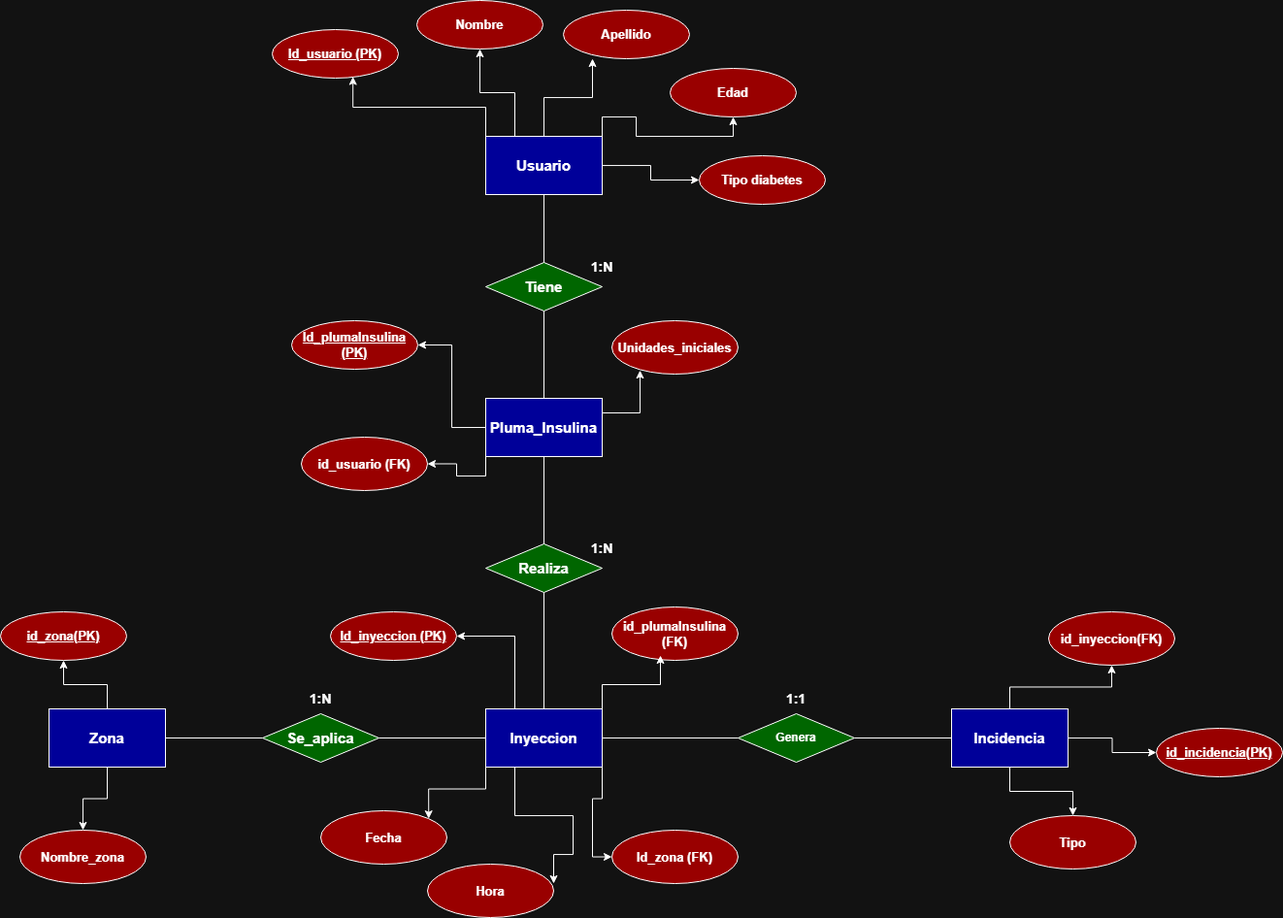
Eloy-i/MyInsuApp keeps this draw.io diagram as diagrams/MyInsuApp_DiagramaER.drawio.png. Above is the earlier version. Source tidied: cells renumbered, new cells last; positions are measured from the earlier drawing's top-left corner, leaving out a move shared by most shapes.
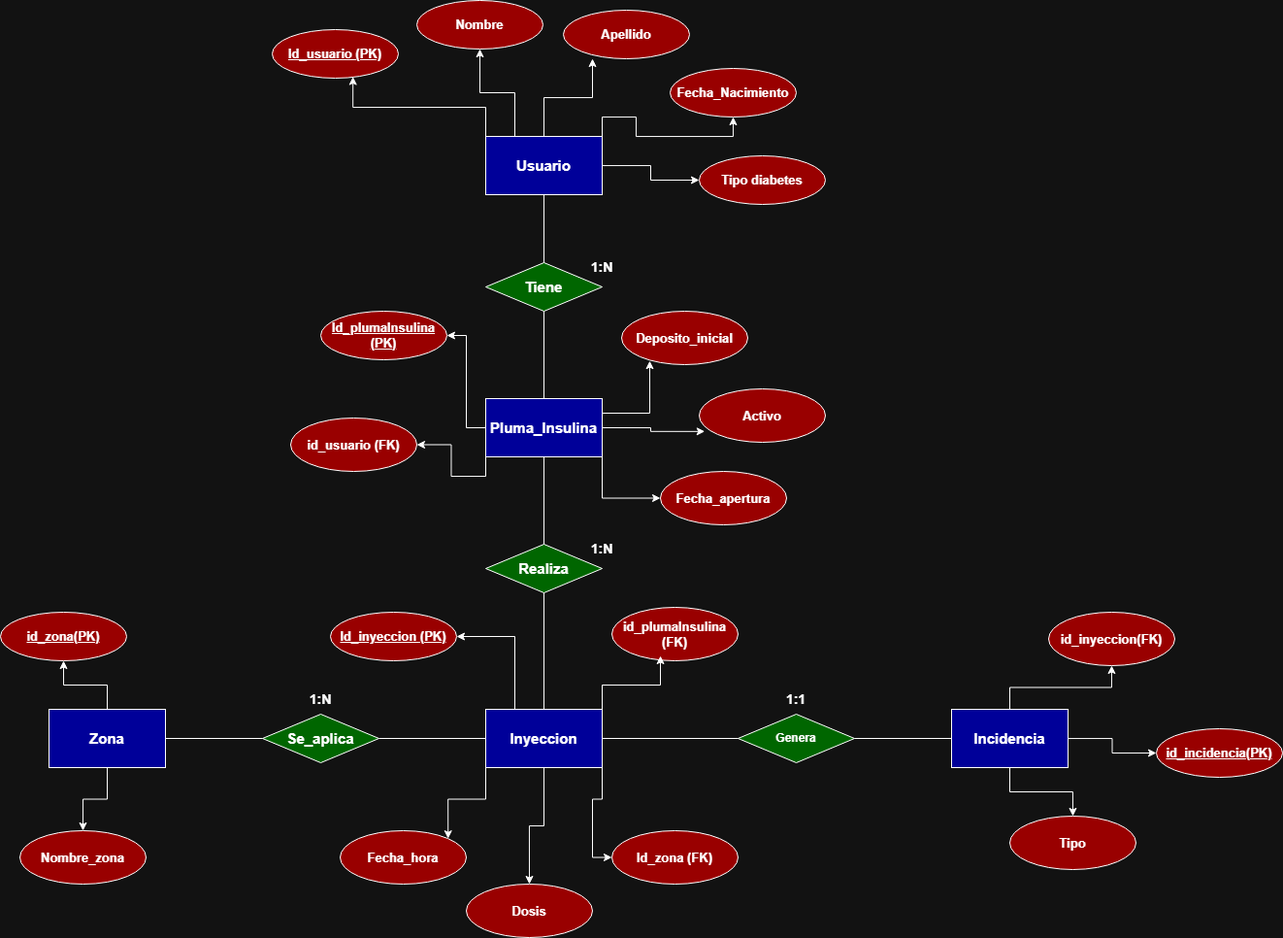
The same diagram one commit later.

Commit message:
Diagramas ER y Relacional: Corregidas erratas.

Change to the diagram source:
```diff
@@ -23,6 +23,9 @@
     <mxCell id="8" style="edgeStyle=orthogonalEdgeStyle;rounded=0;jettySize=auto;html=1;exitX=0;exitY=1;exitDx=0;exitDy=0;entryX=1;entryY=0;entryDx=0;entryDy=0;" parent="1" edge="1" source="9" target="46">
       <mxGeometry relative="1" as="geometry" />
     </mxCell>
+    <mxCell id="59" style="edgeStyle=orthogonalEdgeStyle;rounded=0;jettySize=auto;html=1;exitX=0.5;exitY=1;exitDx=0;exitDy=0;entryX=0.5;entryY=0;entryDx=0;entryDy=0;" parent="1" edge="1" source="9" target="62">
+      <mxGeometry relative="1" as="geometry" />
+    </mxCell>
     <mxCell id="9" value="&lt;b&gt;&lt;font style=&quot;font-size: 15px;&quot;&gt;Inyeccion&lt;/font&gt;&lt;/b&gt;" style="rounded=0;whiteSpace=wrap;html=1;fillColor=light-dark(#FFFFFF,#000099);" parent="1" vertex="1">
       <mxGeometry x="500" y="730" width="120" height="60" as="geometry" />
     </mxCell>
@@ -38,6 +41,9 @@
     <mxCell id="13" style="edgeStyle=orthogonalEdgeStyle;rounded=0;jettySize=auto;html=1;exitX=0;exitY=1;exitDx=0;exitDy=0;entryX=1;entryY=0.5;entryDx=0;entryDy=0;" parent="1" edge="1" source="14" target="57">
       <mxGeometry relative="1" as="geometry" />
     </mxCell>
+    <mxCell id="60" style="edgeStyle=orthogonalEdgeStyle;rounded=0;jettySize=auto;html=1;exitX=1;exitY=1;exitDx=0;exitDy=0;entryX=0;entryY=0.5;entryDx=0;entryDy=0;" parent="1" edge="1" source="14" target="61">
+      <mxGeometry relative="1" as="geometry" />
+    </mxCell>
     <mxCell id="14" value="&lt;b&gt;&lt;font style=&quot;font-size: 15px;&quot;&gt;Pluma_Insulina&lt;/font&gt;&lt;/b&gt;" style="rounded=0;whiteSpace=wrap;html=1;fillColor=light-dark(#FFFFFF,#000099);" parent="1" vertex="1">
       <mxGeometry x="500" y="410" width="120" height="60" as="geometry" />
     </mxCell>
@@ -104,7 +110,7 @@
     <mxCell id="35" value="Apellido" style="ellipse;whiteSpace=wrap;html=1;fontStyle=1;fontSize=13;fillColor=light-dark(#FFFFFF,#990000);" parent="1" vertex="1">
       <mxGeometry x="580" y="10" width="130" height="50" as="geometry" />
     </mxCell>
-    <mxCell id="36" value="Edad" style="ellipse;whiteSpace=wrap;html=1;fontStyle=1;fontSize=13;fillColor=light-dark(#FFFFFF,#990000);" parent="1" vertex="1">
+    <mxCell id="36" value="Fecha_Nacimiento" style="ellipse;whiteSpace=wrap;html=1;fontStyle=1;fontSize=13;fillColor=light-dark(#FFFFFF,#990000);" parent="1" vertex="1">
       <mxGeometry x="690" y="70" width="130" height="50" as="geometry" />
     </mxCell>
     <mxCell id="37" style="edgeStyle=orthogonalEdgeStyle;rounded=0;jettySize=auto;html=1;exitX=0.5;exitY=0;exitDx=0;exitDy=0;entryX=0.231;entryY=1;entryDx=0;entryDy=0;entryPerimeter=0;" parent="1" edge="1" source="5" target="35">
@@ -123,10 +129,10 @@
       <mxGeometry relative="1" as="geometry" />
     </mxCell>
     <mxCell id="42" value="&lt;u&gt;Id_plumaInsulina&lt;/u&gt;&lt;div&gt;&lt;u&gt;(PK)&lt;/u&gt;&lt;/div&gt;" style="ellipse;whiteSpace=wrap;html=1;fontStyle=1;fontSize=13;fillColor=light-dark(#FFFFFF,#990000);" parent="1" vertex="1">
-      <mxGeometry x="300" y="330" width="130" height="50" as="geometry" />
+      <mxGeometry x="330" y="320" width="130" height="50" as="geometry" />
     </mxCell>
-    <mxCell id="43" value="Unidades_iniciales" style="ellipse;whiteSpace=wrap;html=1;fontStyle=1;fontSize=13;fillColor=light-dark(#FFFFFF,#990000);" parent="1" vertex="1">
-      <mxGeometry x="630" y="330" width="130" height="55" as="geometry" />
+    <mxCell id="43" value="Deposito_inicial" style="ellipse;whiteSpace=wrap;html=1;fontStyle=1;fontSize=13;fillColor=light-dark(#FFFFFF,#990000);" parent="1" vertex="1">
+      <mxGeometry x="640" y="320" width="130" height="55" as="geometry" />
     </mxCell>
     <mxCell id="44" style="edgeStyle=orthogonalEdgeStyle;rounded=0;jettySize=auto;html=1;entryX=1;entryY=0.5;entryDx=0;entryDy=0;exitX=0;exitY=0.5;exitDx=0;exitDy=0;" parent="1" edge="1" source="14" target="42">
       <mxGeometry relative="1" as="geometry" />
@@ -134,22 +140,9 @@
     <mxCell id="45" style="edgeStyle=orthogonalEdgeStyle;rounded=0;jettySize=auto;html=1;exitX=1;exitY=0.25;exitDx=0;exitDy=0;entryX=0.223;entryY=0.93;entryDx=0;entryDy=0;entryPerimeter=0;" parent="1" edge="1" source="14" target="43">
       <mxGeometry relative="1" as="geometry" />
     </mxCell>
-    <mxCell id="46" value="Fecha" style="ellipse;whiteSpace=wrap;html=1;fontStyle=1;fontSize=13;fillColor=light-dark(#FFFFFF,#990000);" parent="1" vertex="1">
-      <mxGeometry x="330" y="835" width="130" height="55" as="geometry" />
+    <mxCell id="46" value="Fecha_hora" style="ellipse;whiteSpace=wrap;html=1;fontStyle=1;fontSize=13;fillColor=light-dark(#FFFFFF,#990000);" parent="1" vertex="1">
+      <mxGeometry x="350" y="855" width="130" height="55" as="geometry" />
     </mxCell>
-    <mxCell id="47" value="Hora" style="ellipse;whiteSpace=wrap;html=1;fontStyle=1;fontSize=13;fillColor=light-dark(#FFFFFF,#990000);" parent="1" vertex="1">
-      <mxGeometry x="440" y="890" width="130" height="55" as="geometry" />
-    </mxCell>
-    <mxCell id="48" style="edgeStyle=orthogonalEdgeStyle;rounded=0;jettySize=auto;html=1;exitX=0.25;exitY=1;exitDx=0;exitDy=0;entryX=1;entryY=0.364;entryDx=0;entryDy=0;entryPerimeter=0;" parent="1" edge="1" source="9" target="47">
-      <mxGeometry relative="1" as="geometry">
-        <Array as="points">
-          <mxPoint x="530" y="840" />
-          <mxPoint x="590" y="840" />
-          <mxPoint x="590" y="880" />
-          <mxPoint x="570" y="880" />
-        </Array>
-      </mxGeometry>
-    </mxCell>
     <mxCell id="49" value="&lt;u&gt;id_zona(PK)&lt;/u&gt;" style="ellipse;whiteSpace=wrap;html=1;fontStyle=1;fontSize=13;fillColor=light-dark(#FFFFFF,#990000);" parent="1" vertex="1">
       <mxGeometry y="630" width="130" height="50" as="geometry" />
     </mxCell>
@@ -177,10 +170,22 @@
       </mxGeometry>
     </mxCell>
     <mxCell id="57" value="id_usuario (FK)" style="ellipse;whiteSpace=wrap;html=1;fontStyle=1;fontSize=13;fillColor=light-dark(#FFFFFF,#990000);" parent="1" vertex="1">
-      <mxGeometry x="310" y="450" width="130" height="55" as="geometry" />
+      <mxGeometry x="299" y="430" width="130" height="55" as="geometry" />
     </mxCell>
     <mxCell id="58" value="Tipo diabetes" style="ellipse;whiteSpace=wrap;html=1;fontStyle=1;fontSize=13;fillColor=light-dark(#FFFFFF,#990000);" parent="1" vertex="1">
       <mxGeometry x="720" y="160" width="130" height="50" as="geometry" />
     </mxCell>
+    <mxCell id="61" value="Fecha_apertura" style="ellipse;whiteSpace=wrap;html=1;fontStyle=1;fontSize=13;fillColor=light-dark(#FFFFFF,#990000);" parent="1" vertex="1">
+      <mxGeometry x="680" y="485" width="130" height="55" as="geometry" />
+    </mxCell>
+    <mxCell id="62" value="Dosis" style="ellipse;whiteSpace=wrap;html=1;fontStyle=1;fontSize=13;fillColor=light-dark(#FFFFFF,#990000);" parent="1" vertex="1">
+      <mxGeometry x="480" y="910" width="130" height="55" as="geometry" />
+    </mxCell>
+    <mxCell id="63" value="Activo" style="ellipse;whiteSpace=wrap;html=1;fontStyle=1;fontSize=13;fillColor=light-dark(#FFFFFF,#990000);" parent="1" vertex="1">
+      <mxGeometry x="720" y="400" width="130" height="55" as="geometry" />
+    </mxCell>
+    <mxCell id="64" style="edgeStyle=orthogonalEdgeStyle;rounded=0;jettySize=auto;html=1;exitX=1;exitY=0.5;exitDx=0;exitDy=0;entryX=0.044;entryY=0.797;entryDx=0;entryDy=0;entryPerimeter=0;" parent="1" edge="1" source="14" target="63">
+      <mxGeometry relative="1" as="geometry" />
+    </mxCell>
   </root>
 </mxGraphModel>
```
